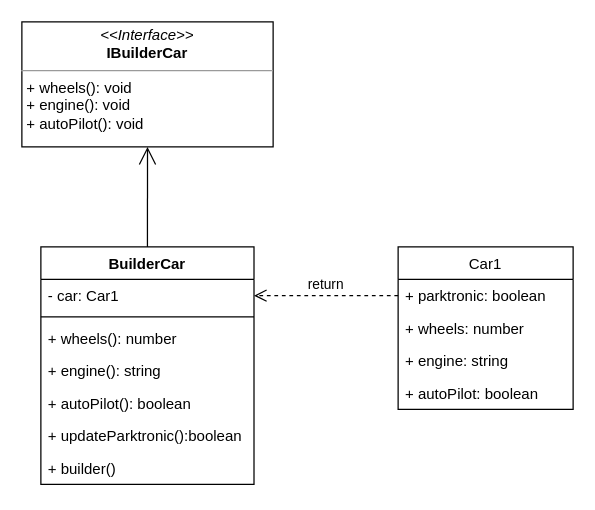
Earlier version of the draw.io diagram Generators_patterns/pattern_builder/builder_UML.drawio (Nik6996/test_pattern). Source tidied: cells renumbered, new cells numbered last; positions are measured from the earlier drawing's top-left corner, leaving out a move shared by most shapes. Both pictures are drawn from the tidied source at 125%, with x=0, y=0 at pixel (21, 21).
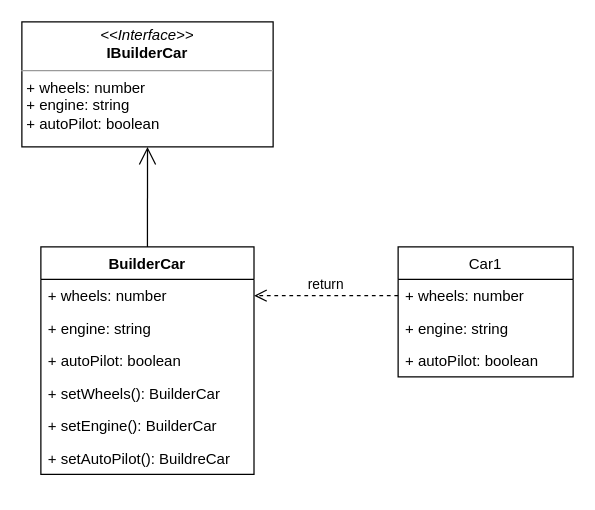
The same diagram, later.

The edit, as a diff of the source:
```diff
@@
-    <mxCell id="4" value="&lt;p style=&quot;margin: 0px ; margin-top: 4px ; text-align: center&quot;&gt;&lt;i&gt;&amp;lt;&amp;lt;Interface&amp;gt;&amp;gt;&lt;/i&gt;&lt;br&gt;&lt;b&gt;IBuilderCar&lt;/b&gt;&lt;/p&gt;&lt;hr size=&quot;1&quot;&gt;&lt;p style=&quot;margin: 0px ; margin-left: 4px&quot;&gt;+ wheels(): void&lt;br&gt;+ engine(): void&lt;/p&gt;&lt;p style=&quot;margin: 0px ; margin-left: 4px&quot;&gt;+ autoPilot(): void&lt;/p&gt;" style="verticalAlign=top;align=left;overflow=fill;fontSize=12;fontFamily=Helvetica;html=1;" parent="1" vertex="1">
+    <mxCell id="4" value="&lt;p style=&quot;margin: 0px ; margin-top: 4px ; text-align: center&quot;&gt;&lt;i&gt;&amp;lt;&amp;lt;Interface&amp;gt;&amp;gt;&lt;/i&gt;&lt;br&gt;&lt;b&gt;IBuilderCar&lt;/b&gt;&lt;/p&gt;&lt;hr size=&quot;1&quot;&gt;&lt;p style=&quot;margin: 0px ; margin-left: 4px&quot;&gt;+ wheels: number&lt;br&gt;+ engine: string&lt;/p&gt;&lt;p style=&quot;margin: 0px ; margin-left: 4px&quot;&gt;+ autoPilot: boolean&lt;/p&gt;&lt;p style=&quot;margin: 0px ; margin-left: 4px&quot;&gt;&lt;br&gt;&lt;/p&gt;" style="verticalAlign=top;align=left;overflow=fill;fontSize=12;fontFamily=Helvetica;html=1;" parent="1" vertex="1">
       <mxGeometry width="201" height="100" as="geometry" />
     </mxCell>
     <mxCell id="5" value="BuilderCar" style="swimlane;fontStyle=1;align=center;verticalAlign=top;horizontal=1;startSize=26;" parent="1" vertex="1">
-      <mxGeometry x="15.2" y="180" width="170.5" height="190" as="geometry" />
+      <mxGeometry x="15.2" y="180" width="170.5" height="182" as="geometry" />
     </mxCell>
-    <mxCell id="6" value="- car: Car1" style="text;strokeColor=none;fillColor=none;align=left;verticalAlign=top;spacingLeft=4;spacingRight=4;overflow=hidden;points=[[0,0.5],[1,0.5]];portConstraint=eastwest;" parent="5" vertex="1">
-      <mxGeometry y="26" width="170.5" height="26" as="geometry" />
-    </mxCell>
-    <mxCell id="7" style="line;strokeWidth=1;fillColor=none;align=left;verticalAlign=middle;spacingTop=-1;spacingLeft=3;spacingRight=3;labelPosition=right;" parent="5" vertex="1">
-      <mxGeometry y="52" width="170.5" height="8" as="geometry" />
-    </mxCell>
+    <mxCell id="20" value="+ wheels: number" style="text;strokeColor=none;fillColor=none;align=left;verticalAlign=top;spacingLeft=4;spacingRight=4;overflow=hidden;" parent="5" vertex="1">
+      <mxGeometry y="26" width="170.5" height="26" as="geometry" />
+    </mxCell>
+    <mxCell id="21" value="+ engine: string" style="text;strokeColor=none;fillColor=none;align=left;verticalAlign=top;spacingLeft=4;spacingRight=4;overflow=hidden;" parent="5" vertex="1">
+      <mxGeometry y="52" width="170.5" height="26" as="geometry" />
+    </mxCell>
+    <mxCell id="22" value="+ autoPilot: boolean" style="text;strokeColor=none;fillColor=none;align=left;verticalAlign=top;spacingLeft=4;spacingRight=4;overflow=hidden;" parent="5" vertex="1">
+      <mxGeometry y="78" width="170.5" height="26" as="geometry" />
+    </mxCell>
-    <mxCell id="8" value="+ wheels(): number" style="text;strokeColor=none;fillColor=none;align=left;verticalAlign=top;spacingLeft=4;spacingRight=4;overflow=hidden;" parent="5" vertex="1">
-      <mxGeometry y="60" width="170.5" height="26" as="geometry" />
+    <mxCell id="8" value="+ setWheels(): BuilderCar" style="text;strokeColor=none;fillColor=none;align=left;verticalAlign=top;spacingLeft=4;spacingRight=4;overflow=hidden;" parent="5" vertex="1">
+      <mxGeometry y="104" width="170.5" height="26" as="geometry" />
     </mxCell>
-    <mxCell id="9" value="+ engine(): string" style="text;strokeColor=none;fillColor=none;align=left;verticalAlign=top;spacingLeft=4;spacingRight=4;overflow=hidden;" parent="5" vertex="1">
-      <mxGeometry y="86" width="170.5" height="26" as="geometry" />
+    <mxCell id="9" value="+ setEngine(): BuilderCar" style="text;strokeColor=none;fillColor=none;align=left;verticalAlign=top;spacingLeft=4;spacingRight=4;overflow=hidden;" parent="5" vertex="1">
+      <mxGeometry y="130" width="170.5" height="26" as="geometry" />
     </mxCell>
-    <mxCell id="10" value="+ autoPilot(): boolean" style="text;strokeColor=none;fillColor=none;align=left;verticalAlign=top;spacingLeft=4;spacingRight=4;overflow=hidden;" parent="5" vertex="1">
-      <mxGeometry y="112" width="170.5" height="26" as="geometry" />
+    <mxCell id="10" value="+ setAutoPilot(): BuildreCar" style="text;strokeColor=none;fillColor=none;align=left;verticalAlign=top;spacingLeft=4;spacingRight=4;overflow=hidden;" parent="5" vertex="1">
+      <mxGeometry y="156" width="170.5" height="26" as="geometry" />
     </mxCell>
-    <mxCell id="11" value="+ updateParktronic():boolean" style="text;strokeColor=none;fillColor=none;align=left;verticalAlign=top;spacingLeft=4;spacingRight=4;overflow=hidden;" parent="5" vertex="1">
-      <mxGeometry y="138" width="170.5" height="26" as="geometry" />
-    </mxCell>
-    <mxCell id="12" value="+ builder()" style="text;strokeColor=none;fillColor=none;align=left;verticalAlign=top;spacingLeft=4;spacingRight=4;overflow=hidden;" parent="5" vertex="1">
-      <mxGeometry y="164" width="170.5" height="26" as="geometry" />
-    </mxCell>
@@
-    <mxCell id="14" value="return" style="html=1;verticalAlign=bottom;endArrow=open;dashed=1;endSize=8;exitX=0;exitY=0.5;exitDx=0;exitDy=0;" parent="1" edge="1" source="16" target="6">
-      <mxGeometry relative="1" as="geometry" />
+    <mxCell id="14" value="return" style="html=1;verticalAlign=bottom;endArrow=open;dashed=1;endSize=8;exitX=0;exitY=0.5;exitDx=0;exitDy=0;" parent="1" edge="1">
+      <mxGeometry relative="1" as="geometry">
+        <mxPoint x="301" y="219" as="sourcePoint" />
+        <mxPoint x="185.8" y="219" as="targetPoint" />
+      </mxGeometry>
     </mxCell>
     <mxCell id="15" value="Car1" style="swimlane;fontStyle=0;horizontal=1;startSize=26;fillColor=none;" parent="1" vertex="1">
-      <mxGeometry x="301" y="180" width="140" height="130" as="geometry" />
+      <mxGeometry x="301" y="180" width="140" height="104" as="geometry" />
     </mxCell>
-    <mxCell id="16" value="+ parktronic: boolean" style="text;strokeColor=none;fillColor=none;align=left;verticalAlign=top;spacingLeft=4;spacingRight=4;overflow=hidden;points=[[0,0.5],[1,0.5]];portConstraint=eastwest;" parent="15" vertex="1">
-      <mxGeometry y="26" width="140" height="26" as="geometry" />
-    </mxCell>
     <mxCell id="17" value="+ wheels: number" style="text;strokeColor=none;fillColor=none;align=left;verticalAlign=top;spacingLeft=4;spacingRight=4;overflow=hidden;" parent="15" vertex="1">
-      <mxGeometry y="52" width="140" height="26" as="geometry" />
+      <mxGeometry y="26" width="140" height="26" as="geometry" />
     </mxCell>
     <mxCell id="18" value="+ engine: string" style="text;strokeColor=none;fillColor=none;align=left;verticalAlign=top;spacingLeft=4;spacingRight=4;overflow=hidden;" parent="15" vertex="1">
-      <mxGeometry y="78" width="140" height="26" as="geometry" />
+      <mxGeometry y="52" width="140" height="26" as="geometry" />
     </mxCell>
     <mxCell id="19" value="+ autoPilot: boolean" style="text;strokeColor=none;fillColor=none;align=left;verticalAlign=top;spacingLeft=4;spacingRight=4;overflow=hidden;" parent="15" vertex="1">
-      <mxGeometry y="104" width="140" height="26" as="geometry" />
+      <mxGeometry y="78" width="140" height="26" as="geometry" />
     </mxCell>
```
